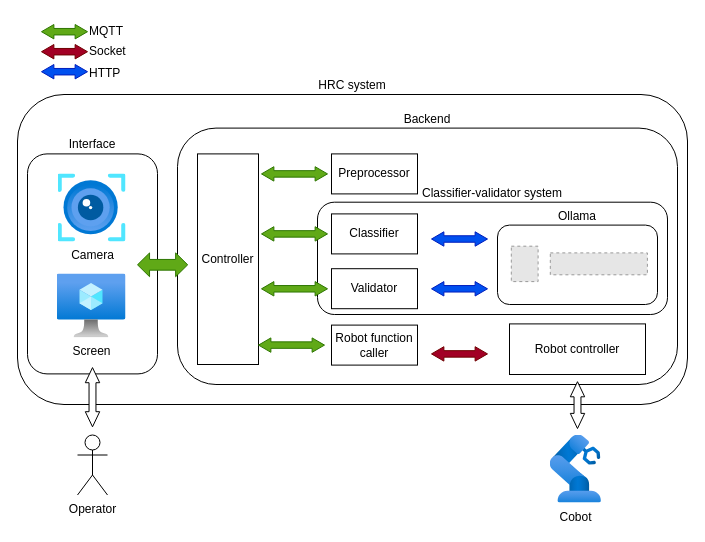
The draw.io diagram architecture.drawio in GreatSharky/CoHSCI, before the edit. Source tidied: cells renumbered, new cells numbered last; positions are measured from the earlier drawing's top-left corner, leaving out a move shared by most shapes. Both pictures are drawn from the tidied source at 100%, with x=0, y=0 at pixel (17, 16). Pictures stored in the file or linked from it are replaced by grey dashed boxes.
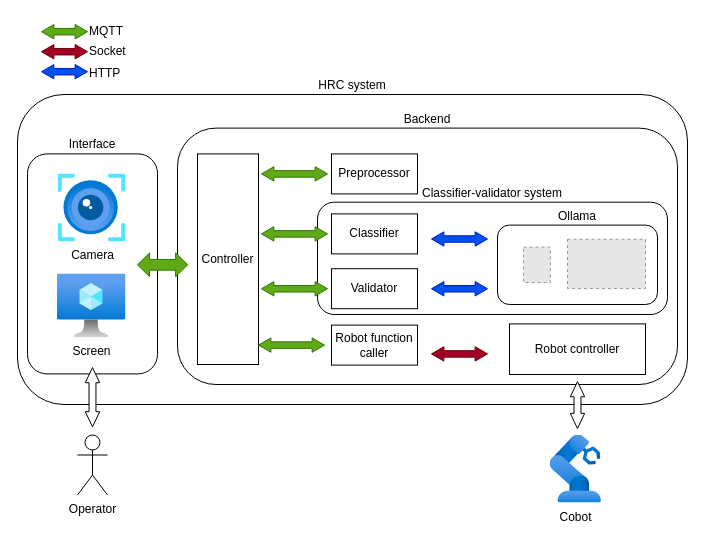
Above is the later version.

What changed in the source:
```diff
@@
+    <mxCell id="16" value="Ollama" style="rounded=1;whiteSpace=wrap;html=1;fillColor=none;labelPosition=center;verticalLabelPosition=top;align=center;verticalAlign=bottom;" parent="1" vertex="1">
+      <mxGeometry x="480" y="208.6" width="160" height="79.4" as="geometry" />
+    </mxCell>
@@
     <mxCell id="15" style="fillColor=#E6E6E6;strokeColor=#999999;dashed=1;verticalLabelPosition=bottom;labelBackgroundColor=default;verticalAlign=top;" parent="1" vertex="1">
-      <mxGeometry x="493.8" y="229.7" width="26.8" height="35.4" as="geometry" />
+      <mxGeometry x="506.1" y="230.6" width="26.8" height="35.4" as="geometry" />
     </mxCell>
-    <mxCell id="16" value="Ollama" style="rounded=1;whiteSpace=wrap;html=1;fillColor=none;labelPosition=center;verticalLabelPosition=top;align=center;verticalAlign=bottom;" parent="1" vertex="1">
-      <mxGeometry x="480" y="208.6" width="160" height="79.4" as="geometry" />
-    </mxCell>
-    <mxCell id="17" style="fillColor=#E6E6E6;strokeColor=#999999;dashed=1;verticalLabelPosition=bottom;labelBackgroundColor=default;verticalAlign=top;" parent="1" vertex="1">
-      <mxGeometry x="532.8" y="236.4" width="97.1" height="21.9" as="geometry" />
-    </mxCell>
@@
+    <mxCell id="35" style="fillColor=#E6E6E6;strokeColor=#999999;dashed=1;verticalLabelPosition=bottom;labelBackgroundColor=default;verticalAlign=top;" parent="1" vertex="1">
+      <mxGeometry x="550" y="222.7" width="78" height="49.4" as="geometry" />
+    </mxCell>
```
